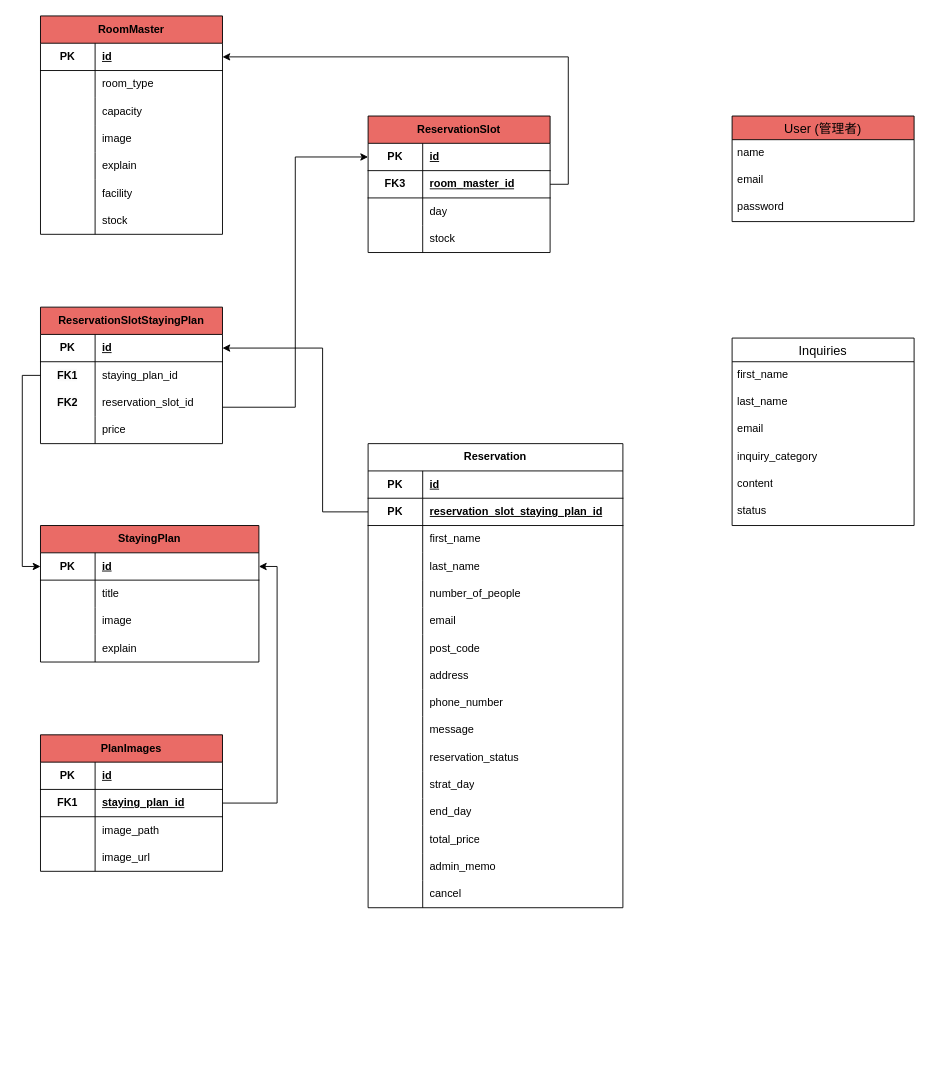
Earlier version of the draw.io diagram ER図.drawio (your-school/reserve). Source tidied: cells renumbered, new cells numbered last; positions are measured from the earlier drawing's top-left corner, leaving out a move shared by most shapes. Both pictures are drawn from the tidied source at 91%, with x=0, y=0 at pixel (40, 15).
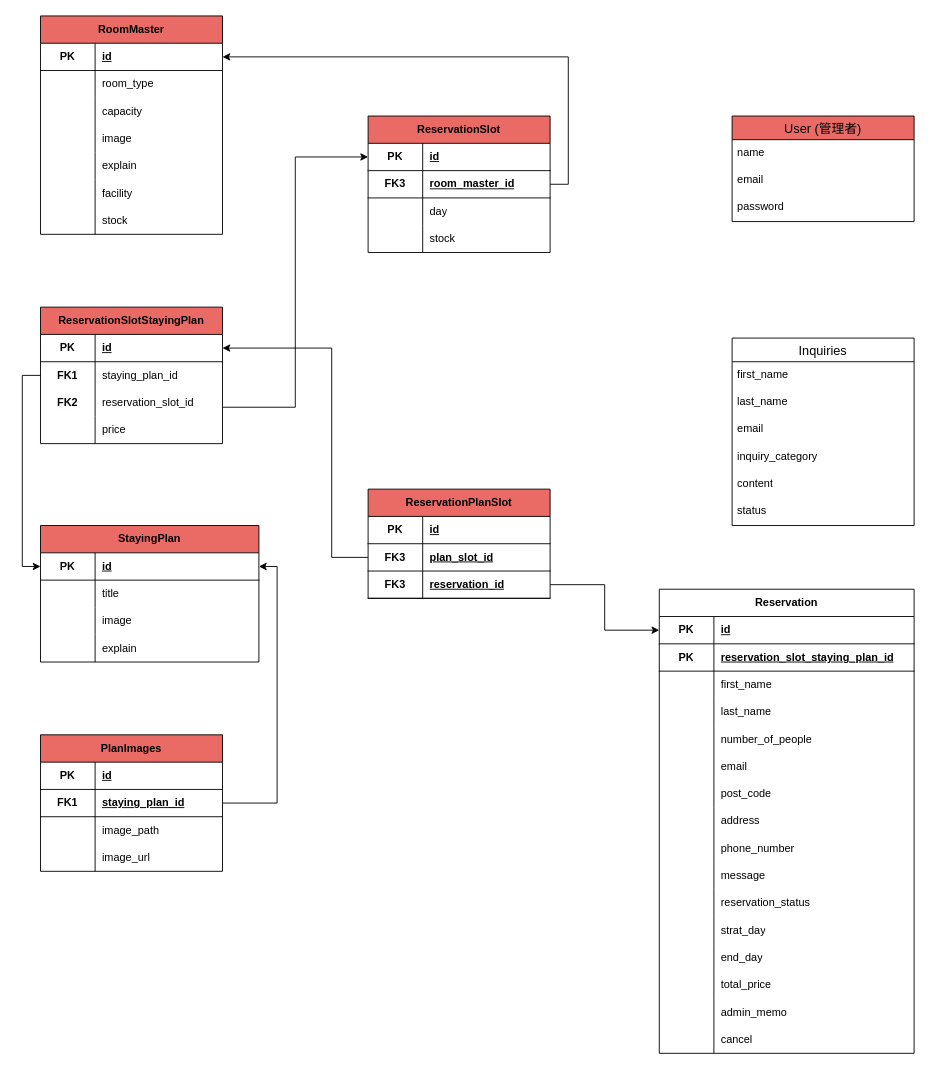
Above is the later version.

Commit message:
ER図.drawio を更新します

The change refers to these unchanged cells:
```xml
<mxCell id="3" style="shape=tableRow;horizontal=0;startSize=0;swimlaneHead=0;swimlaneBody=0;fillColor=none;points=[[0,0.5],[1,0.5]];portConstraint=eastwest;top=0;left=0;right=0;bottom=1;html=1;" parent="2" vertex="1">
  <mxGeometry y="30" width="280" height="30" as="geometry" />
</mxCell>
<mxCell id="6" style="shape=tableRow;horizontal=0;startSize=0;swimlaneHead=0;swimlaneBody=0;fillColor=none;points=[[0,0.5],[1,0.5]];portConstraint=eastwest;top=0;left=0;right=0;bottom=1;html=1;" parent="2" vertex="1">
  <mxGeometry y="60" width="280" height="30" as="geometry" />
</mxCell>
<mxCell id="85" style="shape=tableRow;horizontal=0;startSize=0;swimlaneHead=0;swimlaneBody=0;fillColor=none;points=[[0,0.5],[1,0.5]];portConstraint=eastwest;top=0;left=0;right=0;bottom=1;html=1;" parent="84" vertex="1">
  <mxGeometry y="30" width="200" height="30" as="geometry" />
</mxCell>
```

The edit, as a diff of the source:
```diff
@@
     <mxCell id="2" value="Reservation" style="shape=table;startSize=30;childLayout=tableLayout;rowLines=0;fontStyle=1;align=center;html=1;whiteSpace=wrap;" parent="1" vertex="1">
-      <mxGeometry x="360" y="470" width="280" height="510" as="geometry" />
+      <mxGeometry x="680" y="630" width="280" height="510" as="geometry" />
     </mxCell>
@@
-    <mxCell id="136" style="edgeStyle=orthogonalEdgeStyle;rounded=0;jettySize=auto;html=1;exitX=0;exitY=0.5;exitDx=0;exitDy=0;entryX=1;entryY=0.5;entryDx=0;entryDy=0;" parent="1" edge="1" source="6" target="85">
-      <mxGeometry relative="1" as="geometry">
-        <Array as="points">
-          <mxPoint x="310" y="545" />
-          <mxPoint x="310" y="365" />
-        </Array>
-      </mxGeometry>
-    </mxCell>
@@
+    <mxCell id="141" value="ReservationPlanSlot" style="shape=table;startSize=30;childLayout=tableLayout;rowLines=0;fontStyle=1;align=center;html=1;whiteSpace=wrap;fillColor=#EA6B66;" parent="1" vertex="1">
+      <mxGeometry x="360" y="520" width="200" height="120" as="geometry" />
+    </mxCell>
+    <mxCell id="142" style="shape=tableRow;horizontal=0;startSize=0;swimlaneHead=0;swimlaneBody=0;fillColor=none;top=0;left=0;right=0;bottom=1;html=1;" parent="141" vertex="1">
+      <mxGeometry y="30" width="200" height="30" as="geometry" />
+    </mxCell>
+    <mxCell id="143" value="PK" style="shape=partialRectangle;fillColor=none;top=0;left=0;bottom=0;right=0;fontStyle=1;overflow=hidden;html=1;whiteSpace=wrap;" parent="142" vertex="1">
+      <mxGeometry width="60" height="30" as="geometry" />
+    </mxCell>
+    <mxCell id="144" value="id" style="shape=partialRectangle;fillColor=none;top=0;left=0;bottom=0;right=0;align=left;spacingLeft=6;fontStyle=5;overflow=hidden;html=1;whiteSpace=wrap;" parent="142" vertex="1">
+      <mxGeometry x="60" width="140" height="30" as="geometry" />
+    </mxCell>
+    <mxCell id="145" style="shape=tableRow;horizontal=0;startSize=0;swimlaneHead=0;swimlaneBody=0;fillColor=none;points=[[0,0.5],[1,0.5]];portConstraint=eastwest;top=0;left=0;right=0;bottom=1;html=1;" parent="141" vertex="1">
+      <mxGeometry y="60" width="200" height="30" as="geometry" />
+    </mxCell>
+    <mxCell id="146" value="FK3" style="shape=partialRectangle;fillColor=none;top=0;left=0;bottom=0;right=0;fontStyle=1;overflow=hidden;html=1;whiteSpace=wrap;" parent="145" vertex="1">
+      <mxGeometry width="60" height="30" as="geometry" />
+    </mxCell>
+    <mxCell id="147" value="plan_slot_id" style="shape=partialRectangle;fillColor=none;top=0;left=0;bottom=0;right=0;align=left;spacingLeft=6;fontStyle=5;overflow=hidden;html=1;whiteSpace=wrap;" parent="145" vertex="1">
+      <mxGeometry x="60" width="140" height="30" as="geometry" />
+    </mxCell>
+    <mxCell id="148" style="shape=tableRow;horizontal=0;startSize=0;swimlaneHead=0;swimlaneBody=0;fillColor=none;points=[[0,0.5],[1,0.5]];portConstraint=eastwest;top=0;left=0;right=0;bottom=1;html=1;" parent="141" vertex="1">
+      <mxGeometry y="90" width="200" height="30" as="geometry" />
+    </mxCell>
+    <mxCell id="149" value="FK3" style="shape=partialRectangle;fillColor=none;top=0;left=0;bottom=0;right=0;fontStyle=1;overflow=hidden;html=1;whiteSpace=wrap;" parent="148" vertex="1">
+      <mxGeometry width="60" height="30" as="geometry" />
+    </mxCell>
+    <mxCell id="150" value="reservation_id" style="shape=partialRectangle;fillColor=none;top=0;left=0;bottom=0;right=0;align=left;spacingLeft=6;fontStyle=5;overflow=hidden;html=1;whiteSpace=wrap;" parent="148" vertex="1">
+      <mxGeometry x="60" width="140" height="30" as="geometry" />
+    </mxCell>
+    <mxCell id="151" style="edgeStyle=orthogonalEdgeStyle;rounded=0;jettySize=auto;html=1;exitX=1;exitY=0.5;exitDx=0;exitDy=0;entryX=0;entryY=0.5;entryDx=0;entryDy=0;" parent="1" edge="1" source="148" target="3">
+      <mxGeometry relative="1" as="geometry" />
+    </mxCell>
+    <mxCell id="152" style="edgeStyle=orthogonalEdgeStyle;rounded=0;jettySize=auto;html=1;exitX=0;exitY=0.5;exitDx=0;exitDy=0;entryX=1;entryY=0.5;entryDx=0;entryDy=0;" parent="1" edge="1" source="145" target="85">
+      <mxGeometry relative="1" as="geometry">
+        <Array as="points">
+          <mxPoint x="320" y="595" />
+          <mxPoint x="320" y="365" />
+        </Array>
+      </mxGeometry>
+    </mxCell>
```
